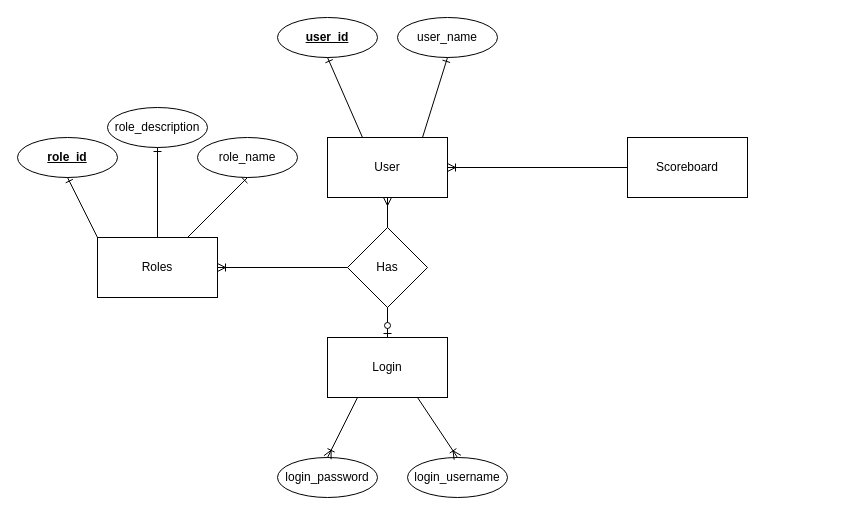
Above: CITS3403-ERD.drawio in mattshroom/Agile-Project-2022 (draw.io), before the change. Source tidied: cells renumbered, new cells numbered last; positions are measured from the earlier drawing's top-left corner, leaving out a move shared by most shapes. Both pictures are drawn from the tidied source at 100%, with x=0, y=0 at pixel (17, 17).
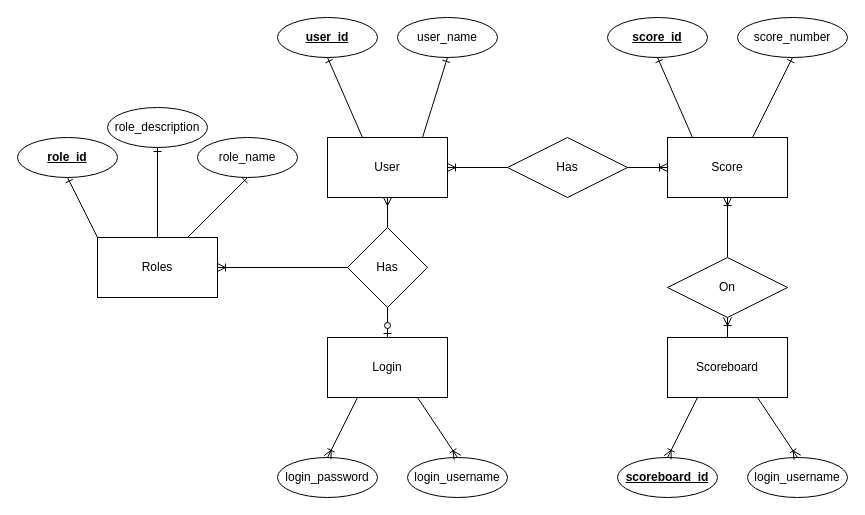
Above is the later version.

Unchanged cells that the change refers to:
```xml
<mxCell id="2" value="User" style="rounded=0;whiteSpace=wrap;html=1;fillColor=default;" parent="1" vertex="1">
  <mxGeometry x="310" y="120" width="120" height="60" as="geometry" />
</mxCell>
```

What changed in the source:
```diff
@@
-    <mxCell id="3" value="Scoreboard" style="rounded=0;whiteSpace=wrap;html=1;fillColor=default;" parent="1" vertex="1">
-      <mxGeometry x="610" y="120" width="120" height="60" as="geometry" />
+    <mxCell id="3" value="&lt;div&gt;Score&lt;/div&gt;" style="rounded=0;whiteSpace=wrap;html=1;fillColor=default;" parent="1" vertex="1">
+      <mxGeometry x="650" y="120" width="120" height="60" as="geometry" />
     </mxCell>
@@
-    <mxCell id="6" style="fontSize=12;html=1;endArrow=ERoneToMany;rounded=0;exitX=0;exitY=0.5;exitDx=0;exitDy=0;entryX=1;entryY=0.5;entryDx=0;entryDy=0;" parent="1" edge="1" source="3" target="2">
+    <mxCell id="6" style="fontSize=12;html=1;endArrow=ERoneToMany;rounded=0;exitX=0;exitY=0.5;exitDx=0;exitDy=0;entryX=1;entryY=0.5;entryDx=0;entryDy=0;startArrow=none;" parent="1" edge="1" source="25" target="2">
       <mxGeometry relative="1" as="geometry" />
     </mxCell>
@@
+    <mxCell id="25" value="Has" style="shape=rhombus;perimeter=rhombusPerimeter;whiteSpace=wrap;html=1;align=center;" parent="1" vertex="1">
+      <mxGeometry x="490" y="120" width="120" height="60" as="geometry" />
+    </mxCell>
+    <mxCell id="26" style="fontSize=12;html=1;endArrow=none;rounded=0;exitX=0;exitY=0.5;exitDx=0;exitDy=0;entryX=1;entryY=0.5;entryDx=0;entryDy=0;startArrow=ERoneToMany;startFill=0;" parent="1" edge="1" source="3" target="25">
+      <mxGeometry relative="1" as="geometry" />
+    </mxCell>
+    <mxCell id="27" value="score_number" style="ellipse;whiteSpace=wrap;html=1;align=center;" parent="1" vertex="1">
+      <mxGeometry x="720" width="110" height="40" as="geometry" />
+    </mxCell>
+    <mxCell id="28" value="&lt;b&gt;&lt;u&gt;score_id&lt;/u&gt;&lt;/b&gt;" style="ellipse;whiteSpace=wrap;html=1;align=center;" parent="1" vertex="1">
+      <mxGeometry x="590" width="100" height="40" as="geometry" />
+    </mxCell>
+    <mxCell id="29" style="fontSize=12;html=1;endArrow=ERone;endFill=1;rounded=0;entryX=0.5;entryY=1;entryDx=0;entryDy=0;exitX=0.25;exitY=0;exitDx=0;exitDy=0;" parent="1" edge="1" target="28">
+      <mxGeometry relative="1" as="geometry">
+        <mxPoint x="675" y="120" as="sourcePoint" />
+      </mxGeometry>
+    </mxCell>
+    <mxCell id="30" style="fontSize=12;html=1;endArrow=ERone;endFill=1;rounded=0;entryX=0.5;entryY=1;entryDx=0;entryDy=0;exitX=0.75;exitY=0;exitDx=0;exitDy=0;" parent="1" edge="1" target="27">
+      <mxGeometry relative="1" as="geometry">
+        <mxPoint x="735" y="120" as="sourcePoint" />
+      </mxGeometry>
+    </mxCell>
+    <mxCell id="31" style="fontSize=12;html=1;endArrow=ERoneToMany;rounded=0;exitX=0.5;exitY=0;exitDx=0;exitDy=0;entryX=0.5;entryY=1;entryDx=0;entryDy=0;startArrow=none;" parent="1" edge="1" source="32" target="3">
+      <mxGeometry relative="1" as="geometry" />
+    </mxCell>
+    <mxCell id="32" value="&lt;div&gt;On&lt;/div&gt;" style="shape=rhombus;perimeter=rhombusPerimeter;whiteSpace=wrap;html=1;align=center;" parent="1" vertex="1">
+      <mxGeometry x="650" y="240" width="120" height="60" as="geometry" />
+    </mxCell>
+    <mxCell id="33" value="Scoreboard" style="rounded=0;whiteSpace=wrap;html=1;fillColor=default;" parent="1" vertex="1">
+      <mxGeometry x="650" y="320" width="120" height="60" as="geometry" />
+    </mxCell>
+    <mxCell id="34" value="&lt;u&gt;&lt;b&gt;scoreboard_id&lt;/b&gt;&lt;/u&gt;" style="ellipse;whiteSpace=wrap;html=1;align=center;" parent="1" vertex="1">
+      <mxGeometry x="600" y="440" width="100" height="40" as="geometry" />
+    </mxCell>
+    <mxCell id="35" value="&lt;div&gt;login_username&lt;/div&gt;" style="ellipse;whiteSpace=wrap;html=1;align=center;rotation=0;" parent="1" vertex="1">
+      <mxGeometry x="730" y="440" width="100" height="40" as="geometry" />
+    </mxCell>
+    <mxCell id="36" style="fontSize=12;html=1;endArrow=ERoneToMany;rounded=0;exitX=0.75;exitY=1;exitDx=0;exitDy=0;entryX=0.5;entryY=0;entryDx=0;entryDy=0;" parent="1" edge="1" source="33" target="35">
+      <mxGeometry relative="1" as="geometry" />
+    </mxCell>
+    <mxCell id="37" style="fontSize=12;html=1;endArrow=ERoneToMany;rounded=0;exitX=0.25;exitY=1;exitDx=0;exitDy=0;entryX=0.5;entryY=0;entryDx=0;entryDy=0;" parent="1" edge="1" source="33" target="34">
+      <mxGeometry relative="1" as="geometry" />
+    </mxCell>
+    <mxCell id="38" style="fontSize=12;html=1;endArrow=ERoneToMany;rounded=0;exitX=0.5;exitY=0;exitDx=0;exitDy=0;entryX=0.5;entryY=1;entryDx=0;entryDy=0;startArrow=none;" parent="1" edge="1" source="33" target="32">
+      <mxGeometry relative="1" as="geometry" />
+    </mxCell>
```
